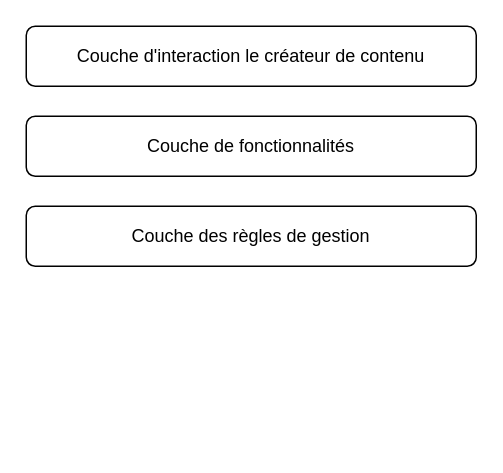
Above: GibberiashTargetApplicativeArchitecture.drawio in cjour/audit_logistics (draw.io), before the change. Source tidied: cells renumbered, new cells numbered last; positions are measured from the earlier drawing's top-left corner, leaving out a move shared by most shapes. Both pictures are drawn from the tidied source at 150%, with x=0, y=0 at pixel (26, 26).
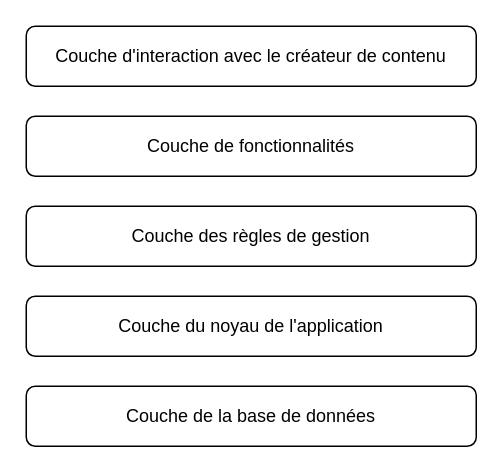
The same diagram, later.

Commit message (it also covers changes not shown here):
Mettre à jour GibberiashTargetApplicativeArchitecture.drawio

Diff of the diagram source:
```diff
@@
 <mxGraphModel>
   <root>
     <mxCell id="0" />
     <mxCell id="1" parent="0" />
-    <mxCell id="2" value="Couche d'interaction le créateur de contenu" style="rounded=1;whiteSpace=wrap;html=1;" parent="1" vertex="1">
+    <mxCell id="2" value="Couche d'interaction avec le créateur de contenu" style="rounded=1;whiteSpace=wrap;html=1;" parent="1" vertex="1">
       <mxGeometry width="300" height="40" as="geometry" />
     </mxCell>
     <mxCell id="3" value="Couche de fonctionnalités" style="rounded=1;whiteSpace=wrap;html=1;" parent="1" vertex="1">
       <mxGeometry y="60" width="300" height="40" as="geometry" />
     </mxCell>
     <mxCell id="4" value="Couche des règles de gestion" style="rounded=1;whiteSpace=wrap;html=1;" parent="1" vertex="1">
       <mxGeometry y="120" width="300" height="40" as="geometry" />
     </mxCell>
+    <mxCell id="5" value="Couche de la base de données" style="rounded=1;whiteSpace=wrap;html=1;" parent="1" vertex="1">
+      <mxGeometry y="240" width="300" height="40" as="geometry" />
+    </mxCell>
+    <mxCell id="6" value="Couche du noyau de l'application" style="rounded=1;whiteSpace=wrap;html=1;" parent="1" vertex="1">
+      <mxGeometry y="180" width="300" height="40" as="geometry" />
+    </mxCell>
   </root>
 </mxGraphModel>
```
